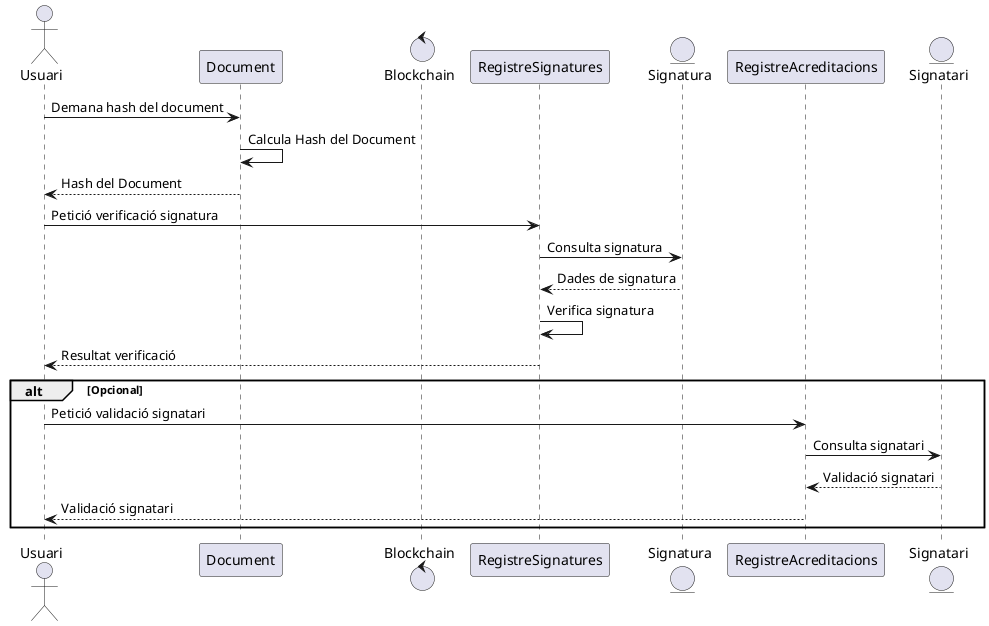
Above: UML/sequencia_verfificaciosignatura.png in alvarcuevas/TFM-MCP (PlantUML), before the change.
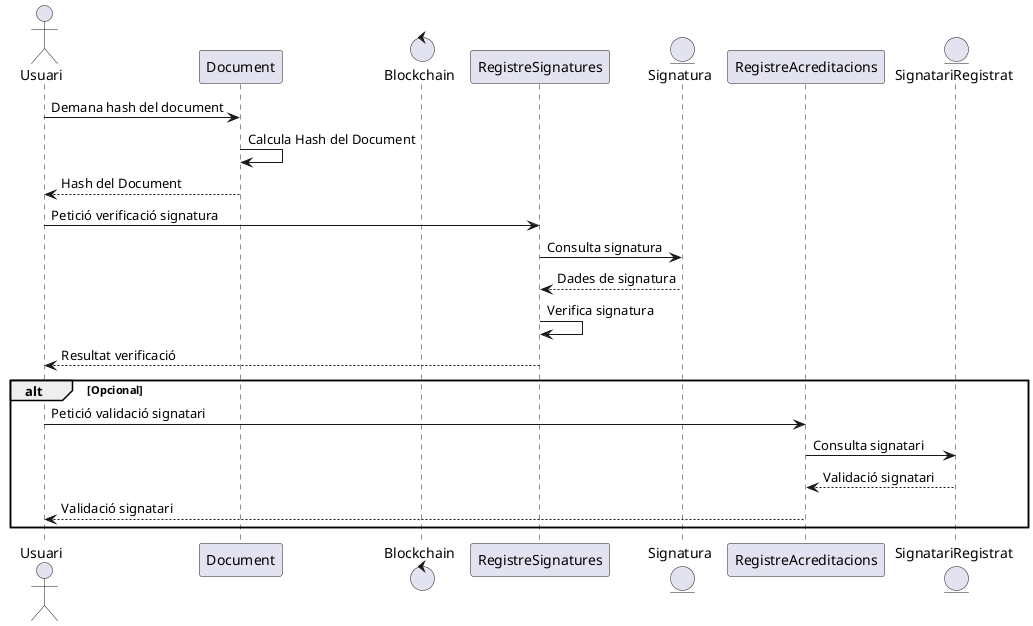
Later version of the same file.

Commit message:
Canvis als diagrames UML.

The edit, as a diff of the source:
```diff
@@ -5,7 +5,7 @@
 participant RegistreSignatures
 entity Signatura
 participant RegistreAcreditacions
-entity Signatari
+entity SignatariRegistrat
 
 Usuari -> Document: Demana hash del document
 Document -> Document: Calcula Hash del Document
@@ -19,8 +19,8 @@
 
 alt Opcional
 Usuari -> RegistreAcreditacions: Petició validació signatari
-RegistreAcreditacions -> Signatari: Consulta signatari
-Signatari --> RegistreAcreditacions: Validació signatari
+RegistreAcreditacions -> SignatariRegistrat: Consulta signatari
+SignatariRegistrat --> RegistreAcreditacions: Validació signatari
 RegistreAcreditacions --> Usuari: Validació signatari
 end
 @enduml
```
